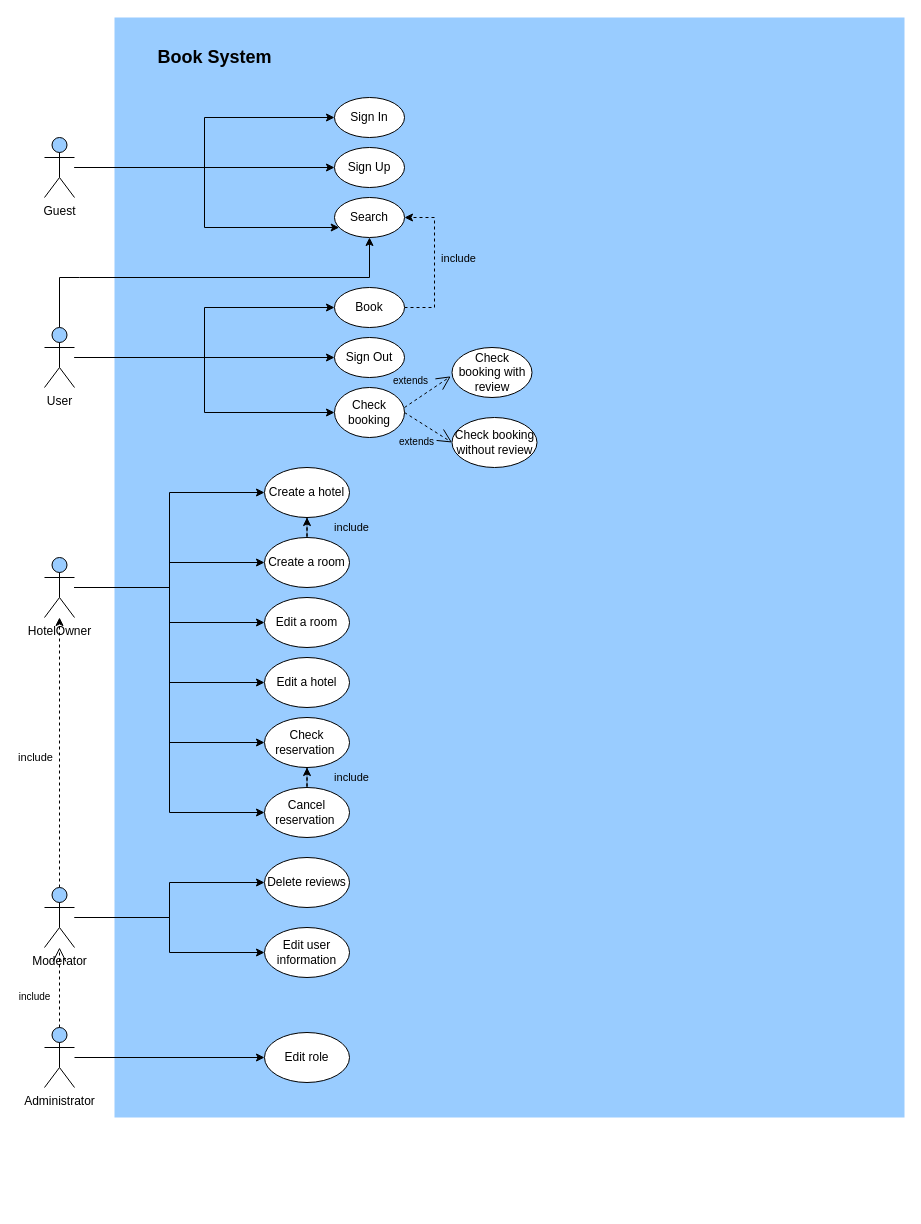
Before: documentation/use_case_diagram.drawio in semwett0301/booking-java-back, a draw.io diagram. Source tidied: cells renumbered, new cells numbered last; positions are measured from the earlier drawing's top-left corner, leaving out a move shared by most shapes. Both pictures are drawn from the tidied source at 100%, with x=0, y=0 at pixel (44, 17).
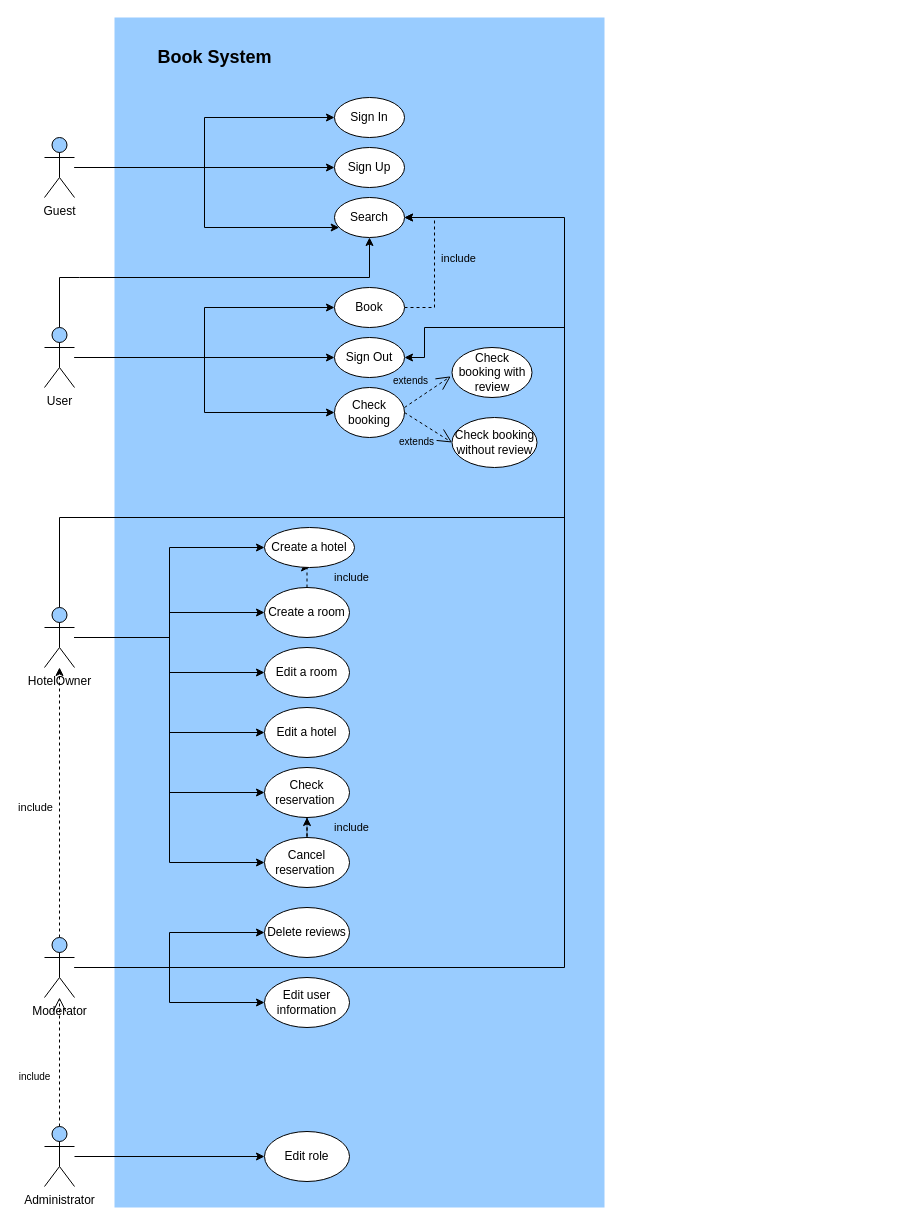
Above is the later version.

Unchanged cells that the change refers to:
```xml
<mxCell id="31" value="Sign Out" style="ellipse;whiteSpace=wrap;html=1;" parent="1" vertex="1">
  <mxGeometry x="290" y="320" width="70" height="40" as="geometry" />
</mxCell>
<mxCell id="32" value="Search" style="ellipse;whiteSpace=wrap;html=1;" parent="1" vertex="1">
  <mxGeometry x="290" y="180" width="70" height="40" as="geometry" />
</mxCell>
```

Change to the diagram source:
```diff
@@
     <mxCell id="2" style="whiteSpace=wrap;html=1;fillColor=#99CCFF;strokeColor=none;" parent="1" vertex="1">
-      <mxGeometry x="70" width="790" height="1100" as="geometry" />
+      <mxGeometry x="70" width="490" height="1190" as="geometry" />
     </mxCell>
@@
+    <mxCell id="55" style="edgeStyle=orthogonalEdgeStyle;rounded=0;jettySize=auto;html=1;entryX=1;entryY=0.5;entryDx=0;entryDy=0;" parent="1" edge="1" source="9" target="31">
+      <mxGeometry relative="1" as="geometry">
+        <Array as="points">
+          <mxPoint x="15" y="500" />
+          <mxPoint x="520" y="500" />
+          <mxPoint x="520" y="310" />
+          <mxPoint x="380" y="310" />
+          <mxPoint x="380" y="340" />
+        </Array>
+      </mxGeometry>
+    </mxCell>
     <mxCell id="9" value="HotelOwner" style="shape=umlActor;verticalLabelPosition=bottom;verticalAlign=top;html=1;outlineConnect=0;fillColor=#99CCFF;" parent="1" vertex="1">
-      <mxGeometry y="540" width="30" height="60" as="geometry" />
+      <mxGeometry y="590" width="30" height="60" as="geometry" />
     </mxCell>
@@
+    <mxCell id="56" style="edgeStyle=orthogonalEdgeStyle;rounded=0;jettySize=auto;html=1;" parent="1" edge="1" source="19" target="32">
+      <mxGeometry relative="1" as="geometry">
+        <Array as="points">
+          <mxPoint x="520" y="950" />
+          <mxPoint x="520" y="200" />
+        </Array>
+      </mxGeometry>
+    </mxCell>
     <mxCell id="19" value="Moderator" style="shape=umlActor;verticalLabelPosition=bottom;verticalAlign=top;html=1;outlineConnect=0;fillColor=#99CCFF;" parent="1" vertex="1">
-      <mxGeometry y="870" width="30" height="60" as="geometry" />
+      <mxGeometry y="920" width="30" height="60" as="geometry" />
     </mxCell>
@@
     <mxCell id="21" value="Administrator" style="shape=umlActor;verticalLabelPosition=bottom;verticalAlign=top;html=1;outlineConnect=0;fillColor=#99CCFF;" parent="1" vertex="1">
-      <mxGeometry y="1010" width="30" height="60" as="geometry" />
+      <mxGeometry y="1109" width="30" height="60" as="geometry" />
     </mxCell>
@@
     <mxCell id="42" value="Create a room" style="ellipse;whiteSpace=wrap;html=1;" parent="1" vertex="1">
-      <mxGeometry x="220" y="520" width="85" height="50" as="geometry" />
+      <mxGeometry x="220" y="570" width="85" height="50" as="geometry" />
     </mxCell>
     <mxCell id="43" value="Create a hotel" style="ellipse;whiteSpace=wrap;html=1;" parent="1" vertex="1">
-      <mxGeometry x="220" y="450" width="85" height="50" as="geometry" />
+      <mxGeometry x="220" y="510" width="90" height="40" as="geometry" />
     </mxCell>
     <mxCell id="44" value="include" style="edgeLabel;html=1;align=center;verticalAlign=middle;labelBackgroundColor=none;" parent="1" vertex="1">
-      <mxGeometry x="305" y="510" as="geometry">
+      <mxGeometry x="305" y="560" as="geometry">
         <mxPoint x="1" y="-1" as="offset" />
       </mxGeometry>
     </mxCell>
     <mxCell id="45" value="Edit a room" style="ellipse;whiteSpace=wrap;html=1;" parent="1" vertex="1">
-      <mxGeometry x="220" y="580" width="85" height="50" as="geometry" />
+      <mxGeometry x="220" y="630" width="85" height="50" as="geometry" />
     </mxCell>
     <mxCell id="46" value="Edit a hotel" style="ellipse;whiteSpace=wrap;html=1;" parent="1" vertex="1">
-      <mxGeometry x="220" y="640" width="85" height="50" as="geometry" />
+      <mxGeometry x="220" y="690" width="85" height="50" as="geometry" />
     </mxCell>
     <mxCell id="47" value="Check reservation&amp;nbsp;" style="ellipse;whiteSpace=wrap;html=1;" parent="1" vertex="1">
-      <mxGeometry x="220" y="700" width="85" height="50" as="geometry" />
+      <mxGeometry x="220" y="750" width="85" height="50" as="geometry" />
     </mxCell>
@@
     <mxCell id="49" value="Cancel reservation&amp;nbsp;" style="ellipse;whiteSpace=wrap;html=1;" parent="1" vertex="1">
-      <mxGeometry x="220" y="770" width="85" height="50" as="geometry" />
+      <mxGeometry x="220" y="820" width="85" height="50" as="geometry" />
     </mxCell>
@@
     <mxCell id="51" value="include" style="edgeLabel;html=1;align=center;verticalAlign=middle;labelBackgroundColor=none;" parent="1" vertex="1">
-      <mxGeometry x="305" y="760" as="geometry">
+      <mxGeometry x="305" y="810" as="geometry">
         <mxPoint x="1" y="-1" as="offset" />
       </mxGeometry>
     </mxCell>
     <mxCell id="52" value="Delete reviews" style="ellipse;whiteSpace=wrap;html=1;" parent="1" vertex="1">
-      <mxGeometry x="220" y="840" width="85" height="50" as="geometry" />
+      <mxGeometry x="220" y="890" width="85" height="50" as="geometry" />
     </mxCell>
     <mxCell id="53" value="Edit user information" style="ellipse;whiteSpace=wrap;html=1;" parent="1" vertex="1">
-      <mxGeometry x="220" y="910" width="85" height="50" as="geometry" />
+      <mxGeometry x="220" y="960" width="85" height="50" as="geometry" />
     </mxCell>
     <mxCell id="54" value="Edit role" style="ellipse;whiteSpace=wrap;html=1;" parent="1" vertex="1">
-      <mxGeometry x="220" y="1015" width="85" height="50" as="geometry" />
+      <mxGeometry x="220" y="1114" width="85" height="50" as="geometry" />
     </mxCell>
```
